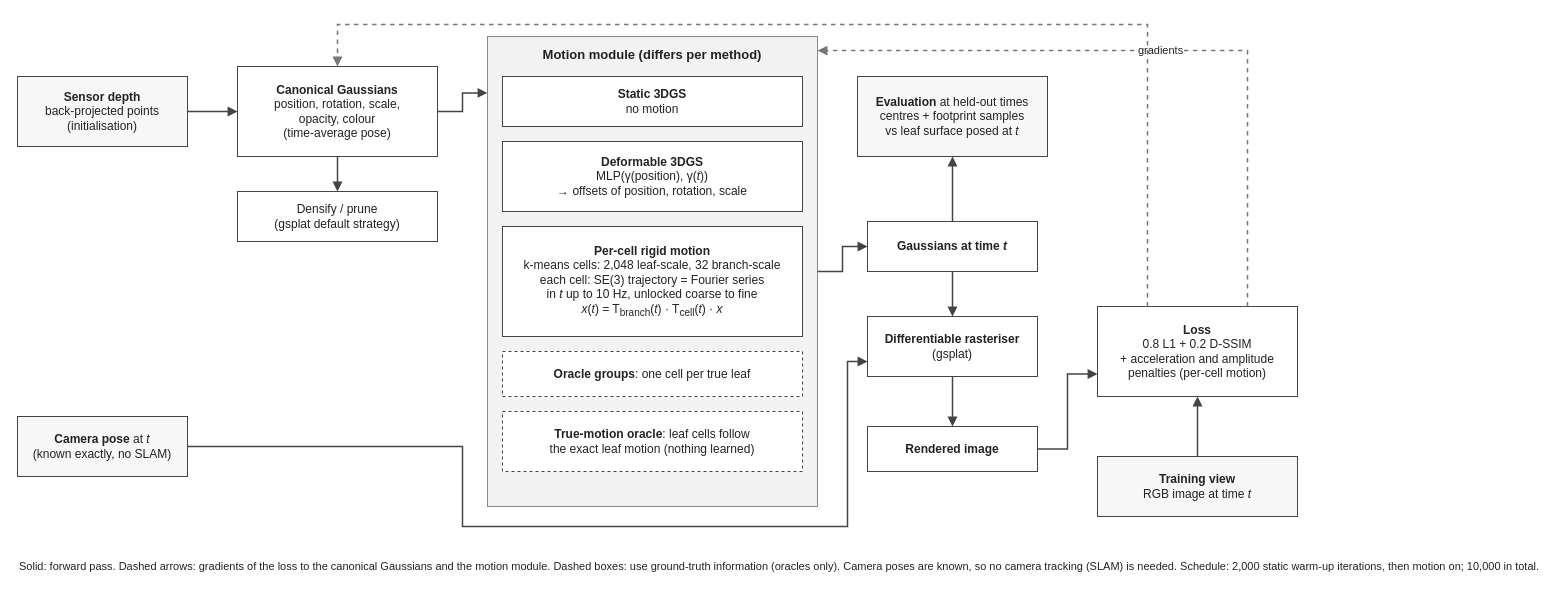
Before: paper_synthetic/figures/model_architecture.drawio in bibekgyawali2/synthtree, a draw.io diagram. Source tidied: cells renumbered, new cells numbered last; positions are measured from the earlier drawing's top-left corner, leaving out a move shared by most shapes. Both pictures are drawn from the tidied source at 100%, with x=0, y=0 at pixel (17, 24).
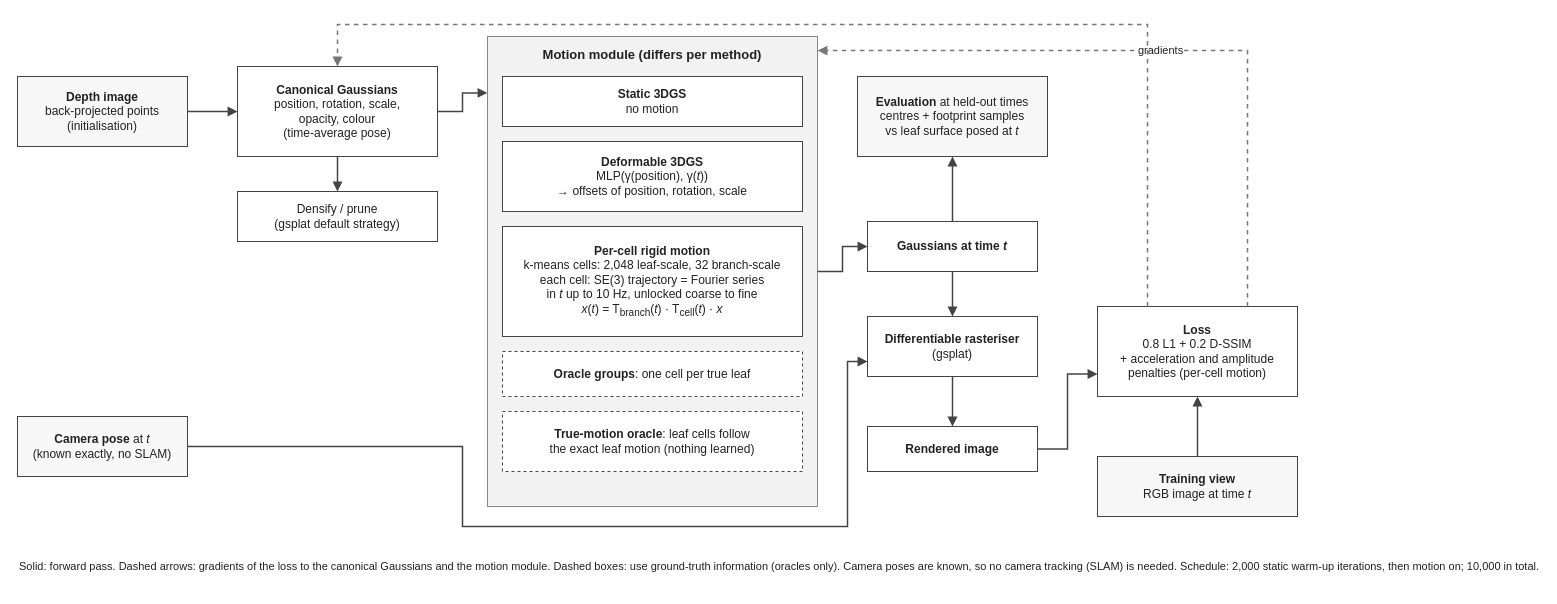
The same diagram, later.

Change to the diagram source:
```diff
@@
-    <mxCell id="2" value="&lt;b&gt;Sensor depth&lt;/b&gt;&lt;br&gt;back-projected points&lt;br&gt;(initialisation)" style="rounded=0;whiteSpace=wrap;html=1;fillColor=#F7F7F7;strokeColor=#444444;strokeWidth=1;fontSize=12;spacing=6;fontFamily=Helvetica;fontColor=#222222;" parent="1" vertex="1">
+    <mxCell id="2" value="&lt;b&gt;Depth image&lt;/b&gt;&lt;br&gt;back-projected points&lt;br&gt;(initialisation)" style="rounded=0;whiteSpace=wrap;html=1;fillColor=#F7F7F7;strokeColor=#444444;strokeWidth=1;fontSize=12;spacing=6;fontFamily=Helvetica;fontColor=#222222;" parent="1" vertex="1">
       <mxGeometry y="52" width="170" height="70" as="geometry" />
     </mxCell>
```
